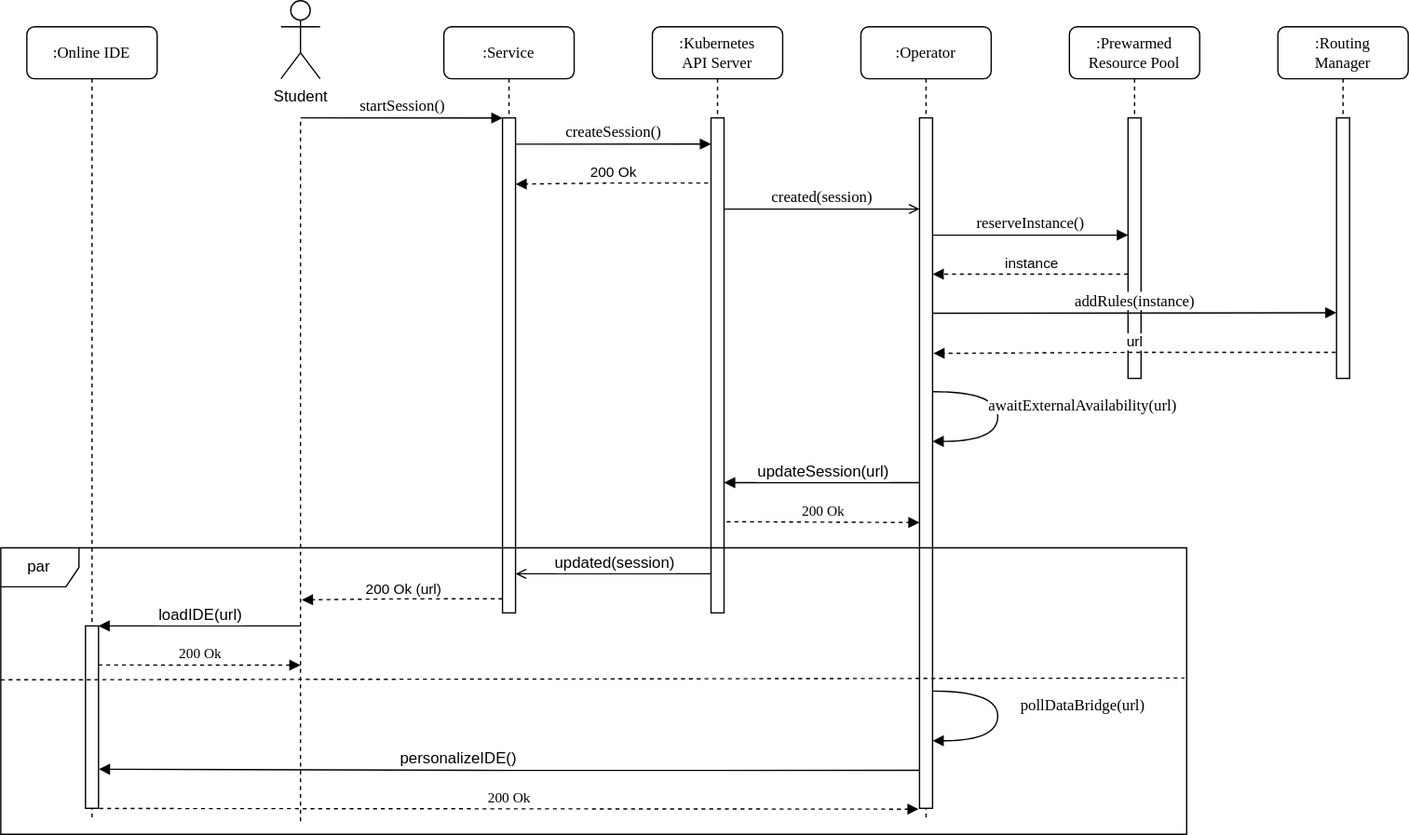
Before: figures/startup-seq.svg, a diagram exported from draw.io (lukaskratzel/ba). Source tidied: cells renumbered, new cells last; positions are measured from the earlier drawing's top-left corner, leaving out a move shared by most shapes.
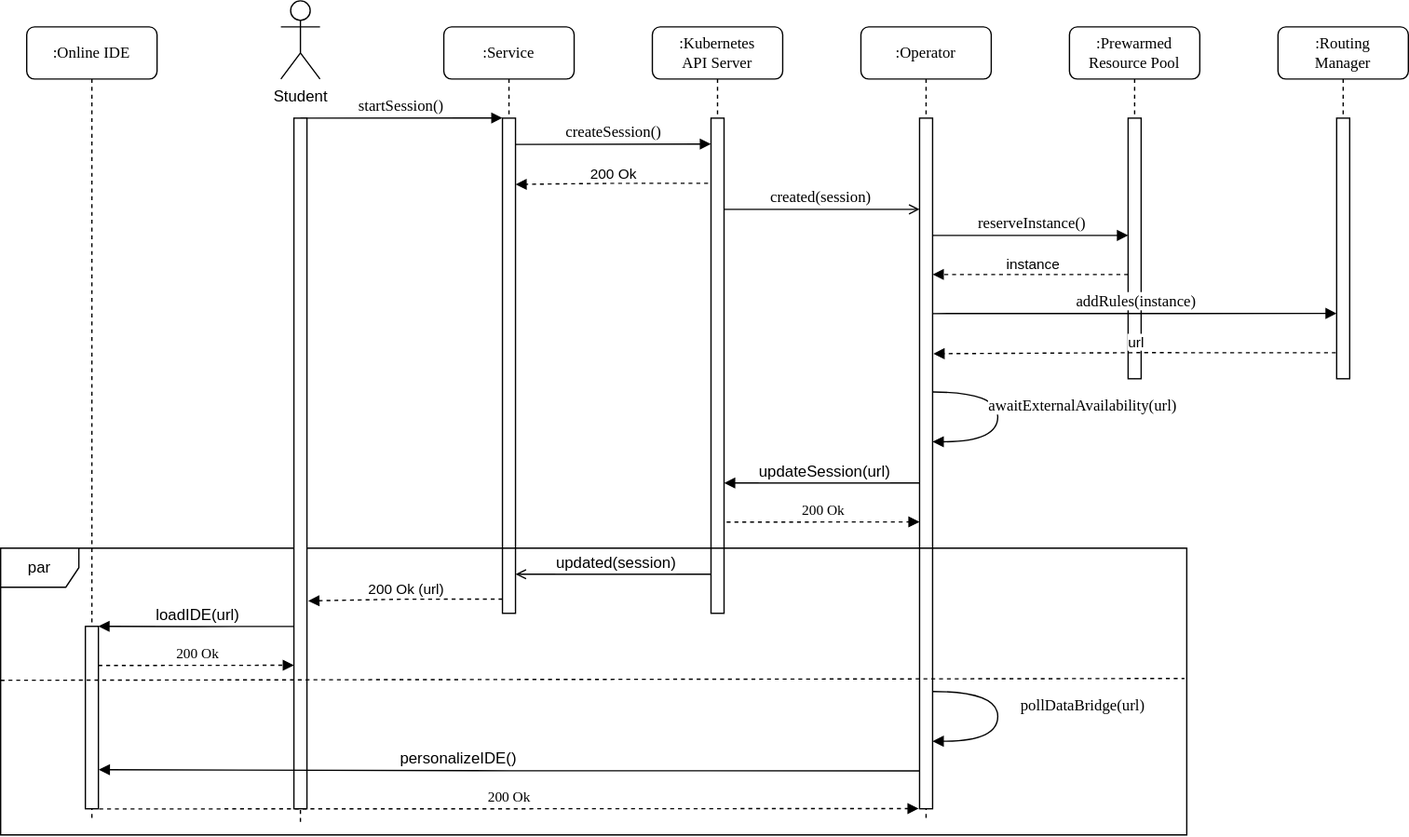
After the commit.

Diff of the diagram source:
```diff
@@ -156,15 +156,13 @@
     <mxCell id="31" value="Student" style="shape=umlActor;verticalLabelPosition=bottom;verticalAlign=top;html=1;" parent="1" vertex="1">
       <mxGeometry x="215" width="30" height="60" as="geometry" />
     </mxCell>
-    <mxCell id="32" style="endArrow=none;dashed=1;html=1;rounded=0;" parent="1" edge="1">
+    <mxCell id="32" style="endArrow=none;dashed=1;html=1;rounded=0;" parent="1" edge="1" source="45">
       <mxGeometry relative="1" as="geometry">
-        <mxPoint x="230" y="630" as="sourcePoint" />
         <mxPoint x="230" y="90" as="targetPoint" />
       </mxGeometry>
     </mxCell>
-    <mxCell id="33" style="edgeStyle=orthogonalEdgeStyle;rounded=0;orthogonalLoop=1;jettySize=auto;html=1;entryX=1.029;entryY=0.984;entryDx=0;entryDy=0;entryPerimeter=0;exitX=-0.162;exitY=0.977;exitDx=0;exitDy=0;exitPerimeter=0;endArrow=block;endFill=1;" parent="1" edge="1">
+    <mxCell id="33" style="edgeStyle=orthogonalEdgeStyle;rounded=0;jettySize=auto;html=1;entryX=1.029;entryY=0.984;entryDx=0;entryDy=0;entryPerimeter=0;endArrow=block;endFill=1;exitX=0.033;exitY=0.736;exitDx=0;exitDy=0;exitPerimeter=0;" parent="1" edge="1" source="45">
       <mxGeometry relative="1" as="geometry">
-        <mxPoint x="230" y="480" as="sourcePoint" />
         <mxPoint x="75" y="480" as="targetPoint" />
       </mxGeometry>
     </mxCell>
@@ -179,10 +177,9 @@
         <mxPoint x="705" y="400.2" as="targetPoint" />
       </mxGeometry>
     </mxCell>
-    <mxCell id="36" style="edgeStyle=orthogonalEdgeStyle;rounded=0;orthogonalLoop=1;jettySize=auto;html=1;entryX=1.065;entryY=0.17;entryDx=0;entryDy=0;entryPerimeter=0;exitX=-0.162;exitY=0.977;exitDx=0;exitDy=0;exitPerimeter=0;dashed=1;endArrow=block;endFill=1;" parent="1" edge="1">
+    <mxCell id="36" style="edgeStyle=orthogonalEdgeStyle;rounded=0;jettySize=auto;html=1;exitX=-0.162;exitY=0.977;exitDx=0;exitDy=0;exitPerimeter=0;dashed=1;endArrow=block;endFill=1;entryX=1.1;entryY=0.699;entryDx=0;entryDy=0;entryPerimeter=0;" parent="1" edge="1" target="45">
       <mxGeometry relative="1" as="geometry">
         <mxPoint x="385" y="459.2" as="sourcePoint" />
-        <mxPoint x="231" y="460" as="targetPoint" />
       </mxGeometry>
     </mxCell>
     <mxCell id="37" value="200 Ok (url)" style="edgeLabel;html=1;align=center;verticalAlign=middle;" parent="36" vertex="1">
@@ -190,15 +187,34 @@
         <mxPoint x="13" y="-8" as="offset" />
       </mxGeometry>
     </mxCell>
-    <mxCell id="38" value="200 Ok" style="html=1;verticalAlign=bottom;endArrow=block;labelBackgroundColor=none;fontFamily=Verdana;fontSize=11;edgeStyle=elbowEdgeStyle;elbow=vertical;dashed=1;exitX=1.051;exitY=0.595;exitDx=0;exitDy=0;exitPerimeter=0;" parent="1" edge="1">
+    <mxCell id="38" value="200 Ok" style="html=1;verticalAlign=bottom;endArrow=block;labelBackgroundColor=none;fontFamily=Verdana;fontSize=11;edgeStyle=elbowEdgeStyle;elbow=vertical;dashed=1;exitX=1.051;exitY=0.595;exitDx=0;exitDy=0;exitPerimeter=0;entryX=0;entryY=0.794;entryDx=0;entryDy=0;entryPerimeter=0;" parent="1" edge="1" target="45">
       <mxGeometry relative="1" as="geometry">
         <mxPoint x="75" y="510" as="sourcePoint" />
-        <mxPoint x="230" y="510" as="targetPoint" />
       </mxGeometry>
     </mxCell>
     <mxCell id="39" value="par" style="shape=umlFrame;whiteSpace=wrap;html=1;" parent="1" vertex="1">
       <mxGeometry y="420" width="910" height="220" as="geometry" />
     </mxCell>
+    <mxCell id="42" value="200 Ok" style="html=1;verticalAlign=bottom;endArrow=block;labelBackgroundColor=none;fontFamily=Verdana;fontSize=11;edgeStyle=elbowEdgeStyle;elbow=vertical;dashed=1;exitX=1.064;exitY=0.881;exitDx=0;exitDy=0;exitPerimeter=0;entryX=-0.072;entryY=0.93;entryDx=0;entryDy=0;entryPerimeter=0;" parent="1" edge="1">
+      <mxGeometry relative="1" as="geometry">
+        <mxPoint x="75.7" y="620.1" as="sourcePoint" />
+        <mxPoint x="704.3" y="620.3" as="targetPoint" />
+      </mxGeometry>
+    </mxCell>
+    <mxCell id="44" style="endArrow=none;dashed=1;html=1;rounded=0;" parent="1" edge="1" target="45">
+      <mxGeometry relative="1" as="geometry">
+        <mxPoint x="230" y="630" as="sourcePoint" />
+      </mxGeometry>
+    </mxCell>
+    <mxCell id="45" style="html=1;points=[];perimeter=orthogonalPerimeter;rounded=0;shadow=0;comic=0;labelBackgroundColor=none;strokeWidth=1;fontFamily=Verdana;fontSize=12;align=center;" parent="1" vertex="1">
+      <mxGeometry x="225" y="90" width="10" height="530" as="geometry" />
+    </mxCell>
+    <mxCell id="43" style="endArrow=none;dashed=1;html=1;rounded=0;entryX=0.998;entryY=0.58;entryDx=0;entryDy=0;entryPerimeter=0;" parent="1" edge="1">
+      <mxGeometry relative="1" as="geometry">
+        <mxPoint y="521.4" as="sourcePoint" />
+        <mxPoint x="908.2" y="520" as="targetPoint" />
+      </mxGeometry>
+    </mxCell>
     <mxCell id="40" style="edgeStyle=orthogonalEdgeStyle;rounded=0;orthogonalLoop=1;jettySize=auto;html=1;exitX=-0.162;exitY=0.977;exitDx=0;exitDy=0;exitPerimeter=0;endArrow=block;endFill=1;entryX=1.053;entryY=0.489;entryDx=0;entryDy=0;entryPerimeter=0;" parent="1" edge="1">
       <mxGeometry relative="1" as="geometry">
         <mxPoint x="704.7" y="590.9" as="sourcePoint" />
@@ -210,17 +226,5 @@
         <mxPoint x="13" y="-8" as="offset" />
       </mxGeometry>
     </mxCell>
-    <mxCell id="42" value="200 Ok" style="html=1;verticalAlign=bottom;endArrow=block;labelBackgroundColor=none;fontFamily=Verdana;fontSize=11;edgeStyle=elbowEdgeStyle;elbow=vertical;dashed=1;exitX=1.064;exitY=0.881;exitDx=0;exitDy=0;exitPerimeter=0;entryX=-0.072;entryY=0.93;entryDx=0;entryDy=0;entryPerimeter=0;" parent="1" edge="1">
-      <mxGeometry relative="1" as="geometry">
-        <mxPoint x="75.7" y="620.1" as="sourcePoint" />
-        <mxPoint x="704.3" y="620.3" as="targetPoint" />
-      </mxGeometry>
-    </mxCell>
-    <mxCell id="43" style="endArrow=none;dashed=1;html=1;rounded=0;entryX=0.998;entryY=0.58;entryDx=0;entryDy=0;entryPerimeter=0;" parent="1" edge="1">
-      <mxGeometry relative="1" as="geometry">
-        <mxPoint y="521.4" as="sourcePoint" />
-        <mxPoint x="908.2" y="520" as="targetPoint" />
-      </mxGeometry>
-    </mxCell>
   </root>
 </mxGraphModel>
```
